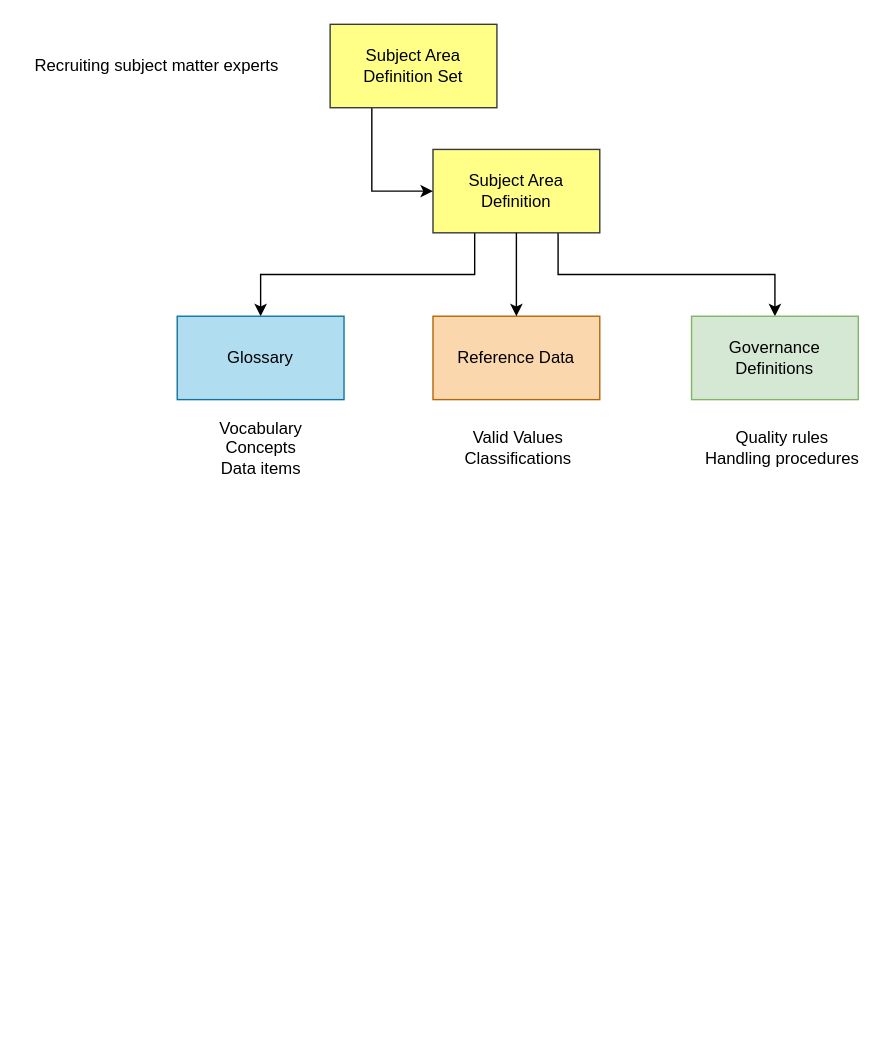
Above: page "subject-areas" (3 of 7) of site/docs/services/omas/governance-program/governance-program.drawio in odpi/egeria-docs (draw.io), before the change. Source tidied: cells renumbered, new cells numbered last; positions are measured from the earlier drawing's top-left corner, leaving out a move shared by most shapes. Both pictures are drawn from the tidied source at 139%, with x=0, y=0 at pixel (24, 24).
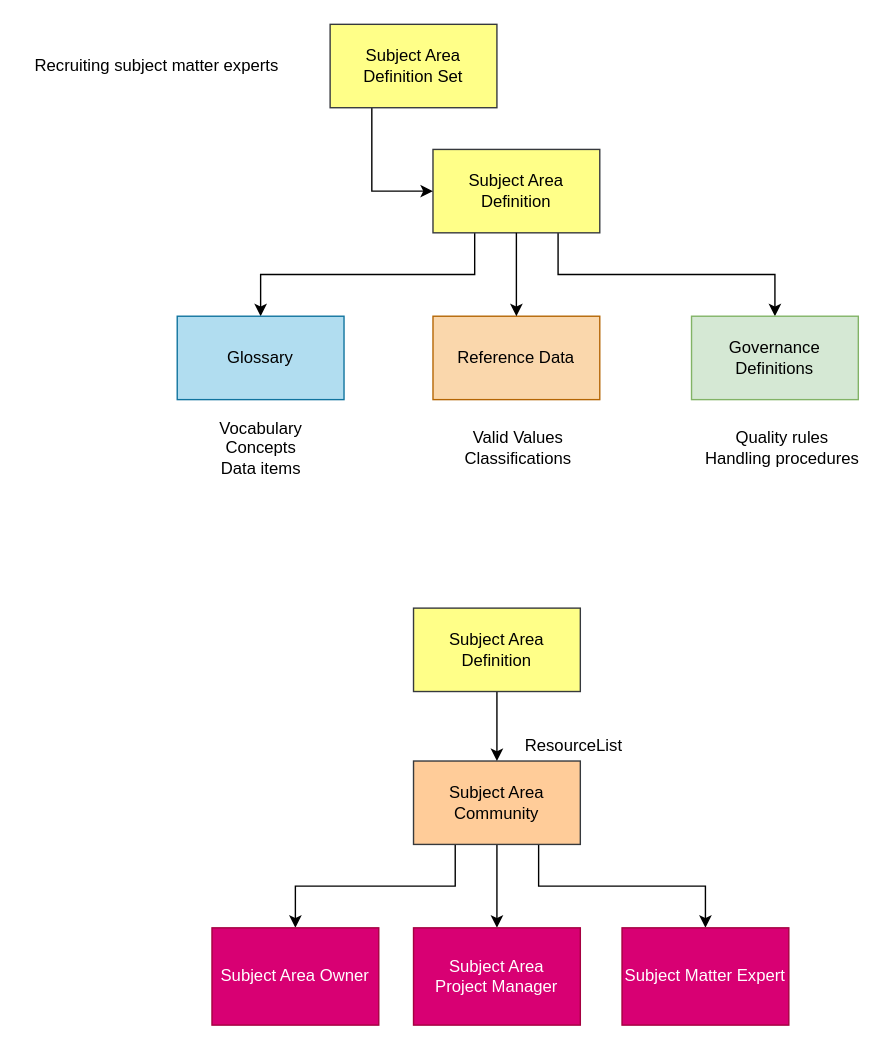
The same page after the edit.

The edit, as a diff of the source:
```diff
@@
+    <mxCell id="15" style="edgeStyle=orthogonalEdgeStyle;rounded=0;jettySize=auto;html=1;exitX=0.25;exitY=1;exitDx=0;exitDy=0;startArrow=none;startFill=0;endArrow=classic;endFill=1;" parent="1" edge="1" source="19" target="16">
+      <mxGeometry relative="1" as="geometry" />
+    </mxCell>
+    <mxCell id="16" value="Subject Area Owner" style="rounded=0;whiteSpace=wrap;html=1;fillColor=#d80073;strokeColor=#A50040;verticalAlign=middle;align=center;fontColor=#FFFFFF;" parent="1" vertex="1">
+      <mxGeometry x="135" y="650" width="120" height="70" as="geometry" />
+    </mxCell>
+    <mxCell id="17" style="edgeStyle=orthogonalEdgeStyle;rounded=0;jettySize=auto;html=1;exitX=0.75;exitY=1;exitDx=0;exitDy=0;startArrow=none;startFill=0;endArrow=classic;endFill=1;" parent="1" edge="1" source="19" target="22">
+      <mxGeometry relative="1" as="geometry" />
+    </mxCell>
+    <mxCell id="18" style="edgeStyle=orthogonalEdgeStyle;rounded=0;jettySize=auto;html=1;exitX=0.5;exitY=1;exitDx=0;exitDy=0;startArrow=none;startFill=0;endArrow=classic;endFill=1;" parent="1" edge="1" source="19" target="23">
+      <mxGeometry relative="1" as="geometry" />
+    </mxCell>
+    <mxCell id="19" value="Subject Area&lt;br&gt;Community" style="rounded=0;whiteSpace=wrap;html=1;fillColor=#ffcc99;strokeColor=#36393d;" parent="1" vertex="1">
+      <mxGeometry x="280" y="530" width="120" height="60" as="geometry" />
+    </mxCell>
+    <mxCell id="20" style="edgeStyle=orthogonalEdgeStyle;rounded=0;jettySize=auto;html=1;exitX=0.5;exitY=1;exitDx=0;exitDy=0;fontColor=#000000;" parent="1" edge="1" source="21" target="19">
+      <mxGeometry relative="1" as="geometry" />
+    </mxCell>
+    <mxCell id="21" value="Subject Area&lt;br&gt;Definition" style="rounded=0;whiteSpace=wrap;html=1;align=center;fillColor=#ffff88;strokeColor=#36393d;" parent="1" vertex="1">
+      <mxGeometry x="280" y="420" width="120" height="60" as="geometry" />
+    </mxCell>
+    <mxCell id="22" value="Subject Matter Expert" style="rounded=0;whiteSpace=wrap;html=1;fillColor=#d80073;strokeColor=#A50040;verticalAlign=middle;align=center;fontColor=#FFFFFF;" parent="1" vertex="1">
+      <mxGeometry x="430" y="650" width="120" height="70" as="geometry" />
+    </mxCell>
+    <mxCell id="23" value="Subject Area&lt;br&gt;Project Manager" style="rounded=0;whiteSpace=wrap;html=1;fillColor=#d80073;strokeColor=#A50040;verticalAlign=middle;align=center;fontColor=#FFFFFF;" parent="1" vertex="1">
+      <mxGeometry x="280" y="650" width="120" height="70" as="geometry" />
+    </mxCell>
+    <mxCell id="24" value="ResourceList" style="text;html=1;align=center;verticalAlign=middle;strokeColor=none;fillColor=none;" parent="1" vertex="1">
+      <mxGeometry x="350" y="509" width="90" height="20" as="geometry" />
+    </mxCell>
```
